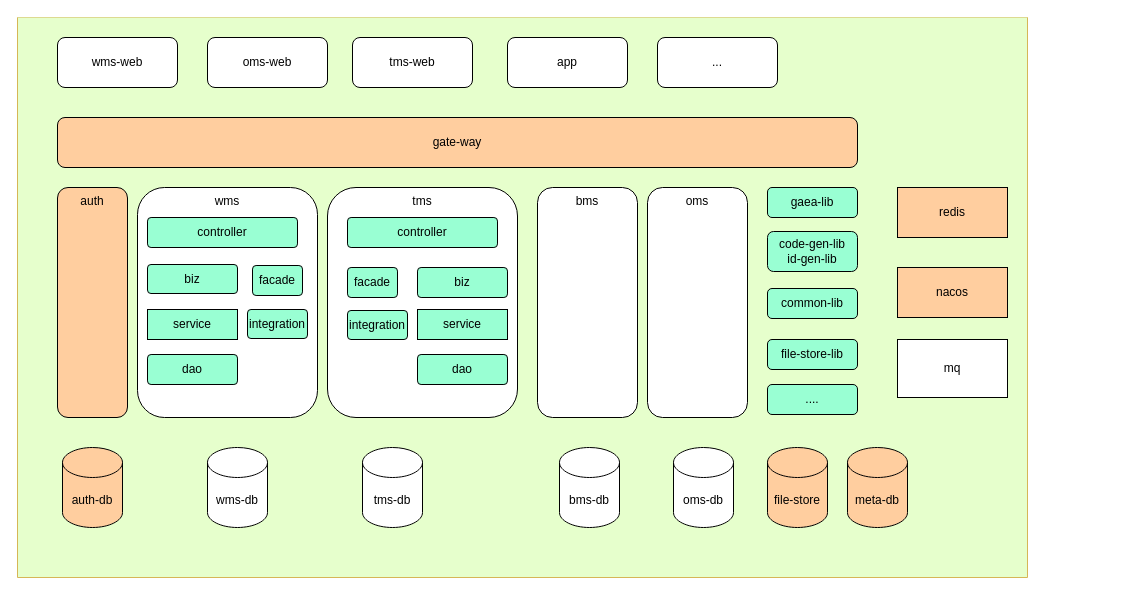
The draw.io diagram otwb.drawio in coding-now/awesome-architecture, before the edit. Source tidied: cells renumbered, new cells numbered last; positions are measured from the earlier drawing's top-left corner, leaving out a move shared by most shapes. Both pictures are drawn from the tidied source at 100%, with x=0, y=0 at pixel (17, 17).
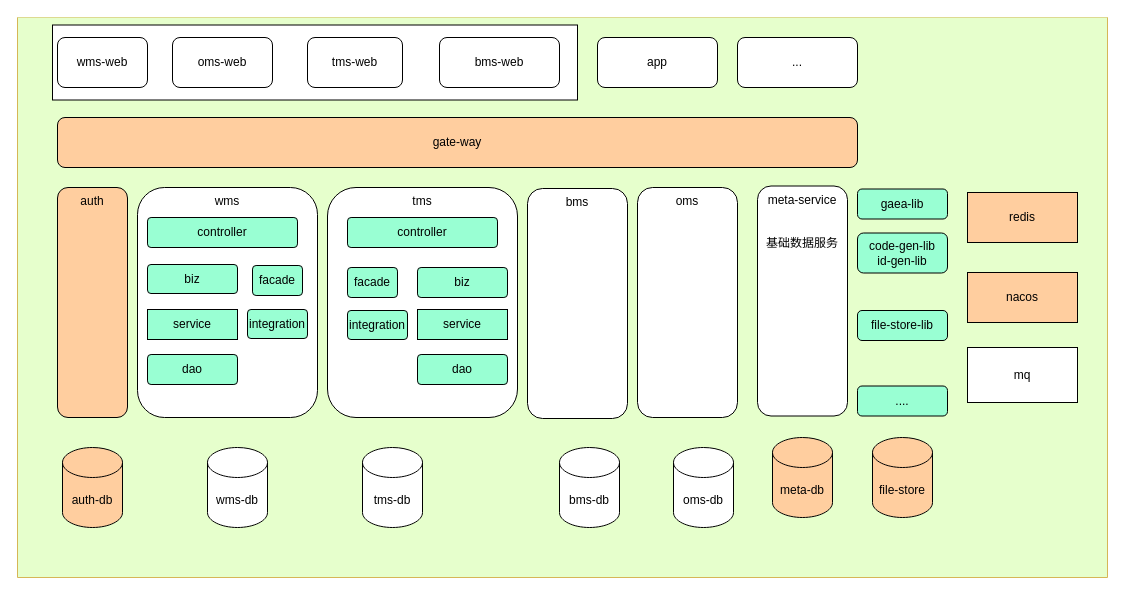
The same diagram, later.

What changed in the source:
```diff
@@
     <mxCell id="2" style="swimlane;startSize=0;fillColor=#fff2cc;strokeColor=#d6b656;labelBackgroundColor=#FFFFFF;labelBorderColor=none;perimeterSpacing=1;swimlaneFillColor=#E6FFCC;swimlaneLine=0;" parent="1" vertex="1">
-      <mxGeometry width="1010" height="560" as="geometry" />
+      <mxGeometry width="1090" height="560" as="geometry" />
     </mxCell>
+    <mxCell id="41" style="rounded=0;whiteSpace=wrap;html=1;" parent="2" vertex="1">
+      <mxGeometry x="35" y="7.5" width="525" height="75" as="geometry" />
+    </mxCell>
     <mxCell id="3" value="wms-web" style="rounded=1;whiteSpace=wrap;html=1;" parent="2" vertex="1">
-      <mxGeometry x="40" y="20" width="120" height="50" as="geometry" />
+      <mxGeometry x="40" y="20" width="90" height="50" as="geometry" />
     </mxCell>
@@
     <mxCell id="11" value="bms" style="rounded=1;whiteSpace=wrap;html=1;verticalAlign=top;" parent="2" vertex="1">
-      <mxGeometry x="520" y="170" width="100" height="230" as="geometry" />
+      <mxGeometry x="510" y="171" width="100" height="230" as="geometry" />
     </mxCell>
     <mxCell id="12" value="redis" style="rounded=0;whiteSpace=wrap;html=1;fillColor=#FFCE9F;" parent="2" vertex="1">
-      <mxGeometry x="880" y="170" width="110" height="50" as="geometry" />
+      <mxGeometry x="950" y="175" width="110" height="50" as="geometry" />
     </mxCell>
     <mxCell id="13" value="oms" style="rounded=1;whiteSpace=wrap;html=1;verticalAlign=top;" parent="2" vertex="1">
-      <mxGeometry x="630" y="170" width="100" height="230" as="geometry" />
+      <mxGeometry x="620" y="170" width="100" height="230" as="geometry" />
     </mxCell>
     <mxCell id="14" value="nacos" style="rounded=0;whiteSpace=wrap;html=1;fillColor=#FFCE9F;" parent="2" vertex="1">
-      <mxGeometry x="880" y="250" width="110" height="50" as="geometry" />
+      <mxGeometry x="950" y="255" width="110" height="50" as="geometry" />
     </mxCell>
@@
     <mxCell id="17" value="oms-web" style="rounded=1;whiteSpace=wrap;html=1;" parent="2" vertex="1">
-      <mxGeometry x="190" y="20" width="120" height="50" as="geometry" />
+      <mxGeometry x="155" y="20" width="100" height="50" as="geometry" />
     </mxCell>
     <mxCell id="18" value="app" style="rounded=1;whiteSpace=wrap;html=1;" parent="2" vertex="1">
-      <mxGeometry x="490" y="20" width="120" height="50" as="geometry" />
+      <mxGeometry x="580" y="20" width="120" height="50" as="geometry" />
     </mxCell>
     <mxCell id="19" value="tms-web" style="rounded=1;whiteSpace=wrap;html=1;" parent="2" vertex="1">
-      <mxGeometry x="335" y="20" width="120" height="50" as="geometry" />
+      <mxGeometry x="290" y="20" width="95" height="50" as="geometry" />
     </mxCell>
     <mxCell id="20" value="..." style="rounded=1;whiteSpace=wrap;html=1;" parent="2" vertex="1">
-      <mxGeometry x="640" y="20" width="120" height="50" as="geometry" />
+      <mxGeometry x="720" y="20" width="120" height="50" as="geometry" />
     </mxCell>
-    <mxCell id="21" value="gaea-lib" style="rounded=1;whiteSpace=wrap;html=1;fillColor=#99FFD3;" parent="2" vertex="1">
-      <mxGeometry x="750" y="170" width="90" height="30" as="geometry" />
-    </mxCell>
-    <mxCell id="22" value="code-gen-lib&lt;br&gt;id-gen-lib" style="rounded=1;whiteSpace=wrap;html=1;fillColor=#99FFD3;" parent="2" vertex="1">
-      <mxGeometry x="750" y="214" width="90" height="40" as="geometry" />
-    </mxCell>
-    <mxCell id="23" value="common-lib" style="rounded=1;whiteSpace=wrap;html=1;fillColor=#99FFD3;" parent="2" vertex="1">
-      <mxGeometry x="750" y="271" width="90" height="30" as="geometry" />
-    </mxCell>
     <mxCell id="24" value="file-store-lib" style="rounded=1;whiteSpace=wrap;html=1;fillColor=#99FFD3;" parent="2" vertex="1">
-      <mxGeometry x="750" y="322" width="90" height="30" as="geometry" />
+      <mxGeometry x="840" y="293" width="90" height="30" as="geometry" />
     </mxCell>
     <mxCell id="25" value="file-store" style="shape=cylinder3;whiteSpace=wrap;html=1;boundedLbl=1;backgroundOutline=1;size=15;fillColor=#FFCE9F;" parent="2" vertex="1">
-      <mxGeometry x="750" y="430" width="60" height="80" as="geometry" />
+      <mxGeometry x="855" y="420" width="60" height="80" as="geometry" />
     </mxCell>
     <mxCell id="26" value="...." style="rounded=1;whiteSpace=wrap;html=1;fillColor=#99FFD3;" parent="2" vertex="1">
-      <mxGeometry x="750" y="367" width="90" height="30" as="geometry" />
+      <mxGeometry x="840" y="368.5" width="90" height="30" as="geometry" />
     </mxCell>
     <mxCell id="27" value="mq" style="rounded=0;whiteSpace=wrap;html=1;" parent="2" vertex="1">
-      <mxGeometry x="880" y="322" width="110" height="58" as="geometry" />
+      <mxGeometry x="950" y="330" width="110" height="55" as="geometry" />
     </mxCell>
@@
     <mxCell id="40" value="meta-db" style="shape=cylinder3;whiteSpace=wrap;html=1;boundedLbl=1;backgroundOutline=1;size=15;fillColor=#FFCE9F;" parent="2" vertex="1">
-      <mxGeometry x="830" y="430" width="60" height="80" as="geometry" />
+      <mxGeometry x="755" y="420" width="60" height="80" as="geometry" />
     </mxCell>
+    <mxCell id="42" value="bms-web" style="rounded=1;whiteSpace=wrap;html=1;" parent="2" vertex="1">
+      <mxGeometry x="422" y="20" width="120" height="50" as="geometry" />
+    </mxCell>
+    <mxCell id="21" value="gaea-lib" style="rounded=1;whiteSpace=wrap;html=1;fillColor=#99FFD3;" parent="2" vertex="1">
+      <mxGeometry x="840" y="171.5" width="90" height="30" as="geometry" />
+    </mxCell>
+    <mxCell id="22" value="code-gen-lib&lt;br&gt;id-gen-lib" style="rounded=1;whiteSpace=wrap;html=1;fillColor=#99FFD3;" parent="2" vertex="1">
+      <mxGeometry x="840" y="215.5" width="90" height="40" as="geometry" />
+    </mxCell>
+    <mxCell id="43" value="meta-service&lt;br&gt;&lt;br&gt;&lt;br&gt;基础数据服务" style="rounded=1;whiteSpace=wrap;html=1;verticalAlign=top;" parent="2" vertex="1">
+      <mxGeometry x="740" y="168.5" width="90" height="230" as="geometry" />
+    </mxCell>
```
